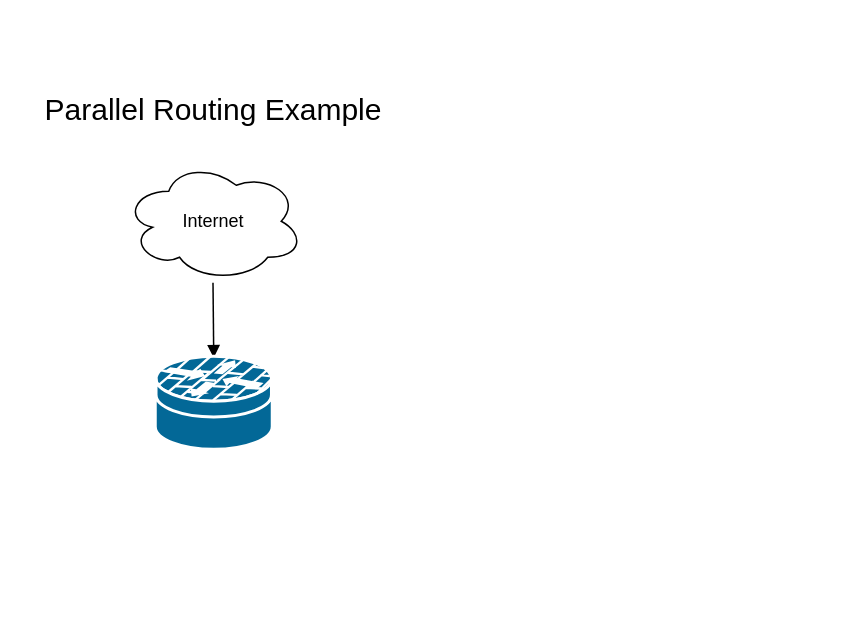
Above: network_presentation.drawio in adamrt918/Diagram (draw.io), before the change. Source tidied: cells renumbered, new cells numbered last; positions are measured from the earlier drawing's top-left corner, leaving out a move shared by most shapes. Both pictures are drawn from the tidied source at 150%, with x=0, y=0 at pixel (26, 26).
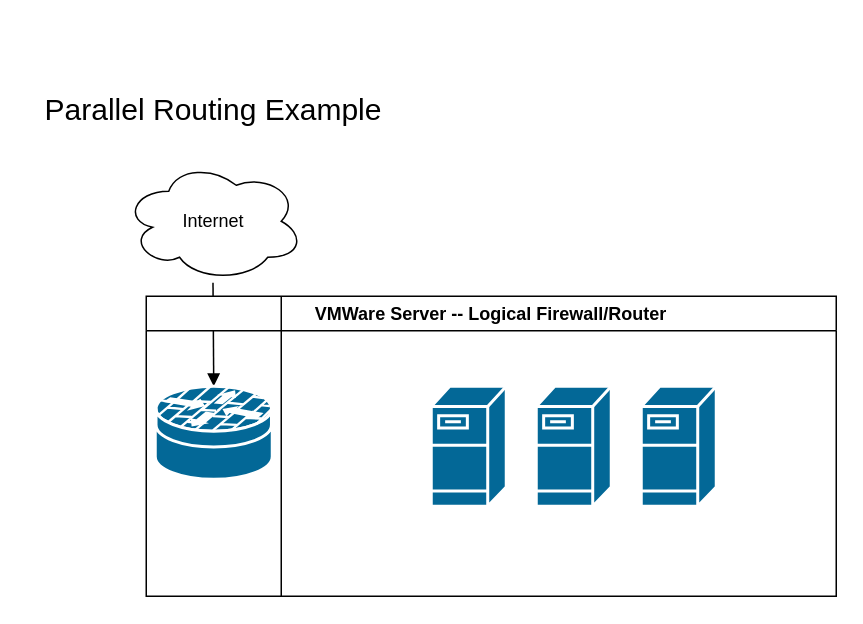
Above is the later version.

Change to the diagram source:
```diff
@@
 <mxGraphModel>
   <root>
     <mxCell id="0" />
     <mxCell id="1" parent="0" />
-    <mxCell id="2" style="curved=1;startArrow=none;endArrow=block;exitX=0.5;exitY=1;entryX=0.5;entryY=0;rounded=0;" parent="1" edge="1">
+    <mxCell id="2" style="curved=1;startArrow=none;endArrow=block;exitX=0.5;exitY=1;entryX=0.5;entryY=0;rounded=0;entryDx=0;entryDy=0;entryPerimeter=0;" parent="1" edge="1" target="4">
       <mxGeometry relative="1" as="geometry">
         <mxPoint x="124.5" y="171" as="sourcePoint" />
-        <mxPoint x="125" y="221" as="targetPoint" />
       </mxGeometry>
     </mxCell>
     <mxCell id="3" value="Internet" style="ellipse;shape=cloud;whiteSpace=wrap;html=1;" parent="1" vertex="1">
       <mxGeometry x="65" y="90" width="120" height="80" as="geometry" />
     </mxCell>
+    <mxCell id="5" value="Parallel Routing Example" style="text;html=1;align=center;verticalAlign=middle;whiteSpace=wrap;rounded=0;fontSize=20;" parent="1" vertex="1">
+      <mxGeometry width="250" height="110" as="geometry" />
+    </mxCell>
+    <mxCell id="6" value="VMWare Server -- Logical Firewall/Router" style="swimlane;whiteSpace=wrap;html=1;" parent="1" vertex="1">
+      <mxGeometry x="80" y="180" width="460" height="200" as="geometry" />
+    </mxCell>
+    <mxCell id="7" style="endArrow=none;html=1;rounded=0;exitX=0.25;exitY=1;exitDx=0;exitDy=0;entryX=0.25;entryY=0;entryDx=0;entryDy=0;" parent="6" edge="1">
+      <mxGeometry relative="1" as="geometry">
+        <mxPoint x="90" y="200" as="sourcePoint" />
+        <mxPoint x="90" as="targetPoint" />
+      </mxGeometry>
+    </mxCell>
+    <mxCell id="8" style="shape=mxgraph.cisco.servers.fileserver;sketch=0;html=1;dashed=0;fillColor=#036897;strokeColor=#ffffff;strokeWidth=2;verticalLabelPosition=bottom;verticalAlign=top;align=center;" parent="6" vertex="1">
+      <mxGeometry x="190" y="60" width="50" height="80" as="geometry" />
+    </mxCell>
+    <mxCell id="9" style="shape=mxgraph.cisco.servers.fileserver;sketch=0;html=1;dashed=0;fillColor=#036897;strokeColor=#ffffff;strokeWidth=2;verticalLabelPosition=bottom;verticalAlign=top;align=center;" parent="6" vertex="1">
+      <mxGeometry x="260" y="60" width="50" height="80" as="geometry" />
+    </mxCell>
+    <mxCell id="10" style="shape=mxgraph.cisco.servers.fileserver;sketch=0;html=1;dashed=0;fillColor=#036897;strokeColor=#ffffff;strokeWidth=2;verticalLabelPosition=bottom;verticalAlign=top;align=center;" parent="6" vertex="1">
+      <mxGeometry x="330" y="60" width="50" height="80" as="geometry" />
+    </mxCell>
-    <mxCell id="4" style="shape=mxgraph.cisco.security.router_firewall;sketch=0;html=1;dashed=0;fillColor=#036897;strokeColor=#ffffff;strokeWidth=2;verticalLabelPosition=bottom;verticalAlign=top;align=center;outlineConnect=0;" parent="1" vertex="1">
-      <mxGeometry x="86" y="220" width="78" height="62" as="geometry" />
+    <mxCell id="4" style="shape=mxgraph.cisco.security.router_firewall;sketch=0;html=1;dashed=0;fillColor=#036897;strokeColor=#ffffff;strokeWidth=2;verticalLabelPosition=bottom;verticalAlign=top;align=center;outlineConnect=0;" parent="6" vertex="1">
+      <mxGeometry x="6" y="60" width="78" height="62" as="geometry" />
     </mxCell>
-    <mxCell id="5" value="Parallel Routing Example" style="text;html=1;align=center;verticalAlign=middle;whiteSpace=wrap;rounded=0;fontSize=20;" parent="1" vertex="1">
-      <mxGeometry width="250" height="110" as="geometry" />
-    </mxCell>
   </root>
 </mxGraphModel>
```
